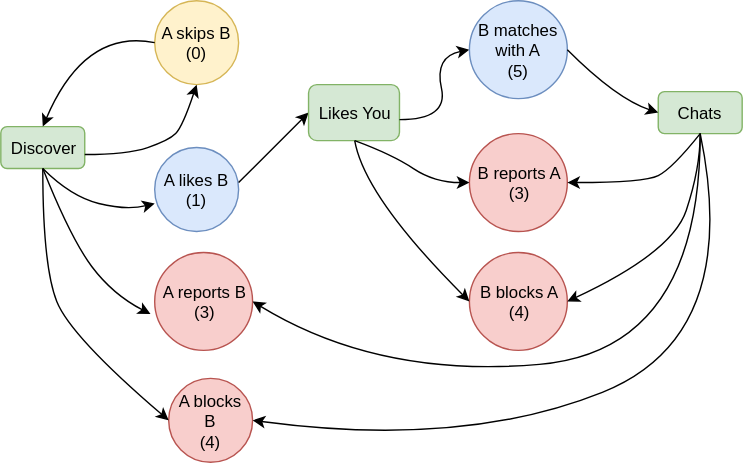
Earlier version of the draw.io export ratings.svg (hmspiffy/director-data-eng-hw). Source tidied: cells renumbered, new cells last; positions are measured from the earlier drawing's top-left corner, leaving out a move shared by most shapes.
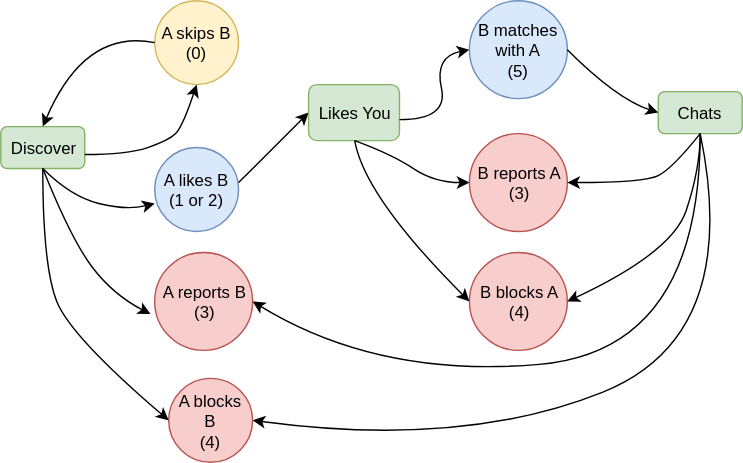
After the commit.

Change to the diagram source:
```diff
@@ -25,7 +25,7 @@
         </Array>
       </mxGeometry>
     </mxCell>
-    <mxCell id="6" value="A likes B (1)" style="ellipse;whiteSpace=wrap;html=1;fillColor=#dae8fc;strokeColor=#6c8ebf;" parent="1" vertex="1">
+    <mxCell id="6" value="A likes B (1 or 2)" style="ellipse;whiteSpace=wrap;html=1;fillColor=#dae8fc;strokeColor=#6c8ebf;" parent="1" vertex="1">
       <mxGeometry x="110" y="105" width="60" height="60" as="geometry" />
     </mxCell>
     <mxCell id="7" style="curved=1;endArrow=classic;html=1;entryX=0;entryY=0.667;entryPerimeter=0;exitX=0.5;exitY=1;" parent="1" edge="1" source="2" target="6">
```
